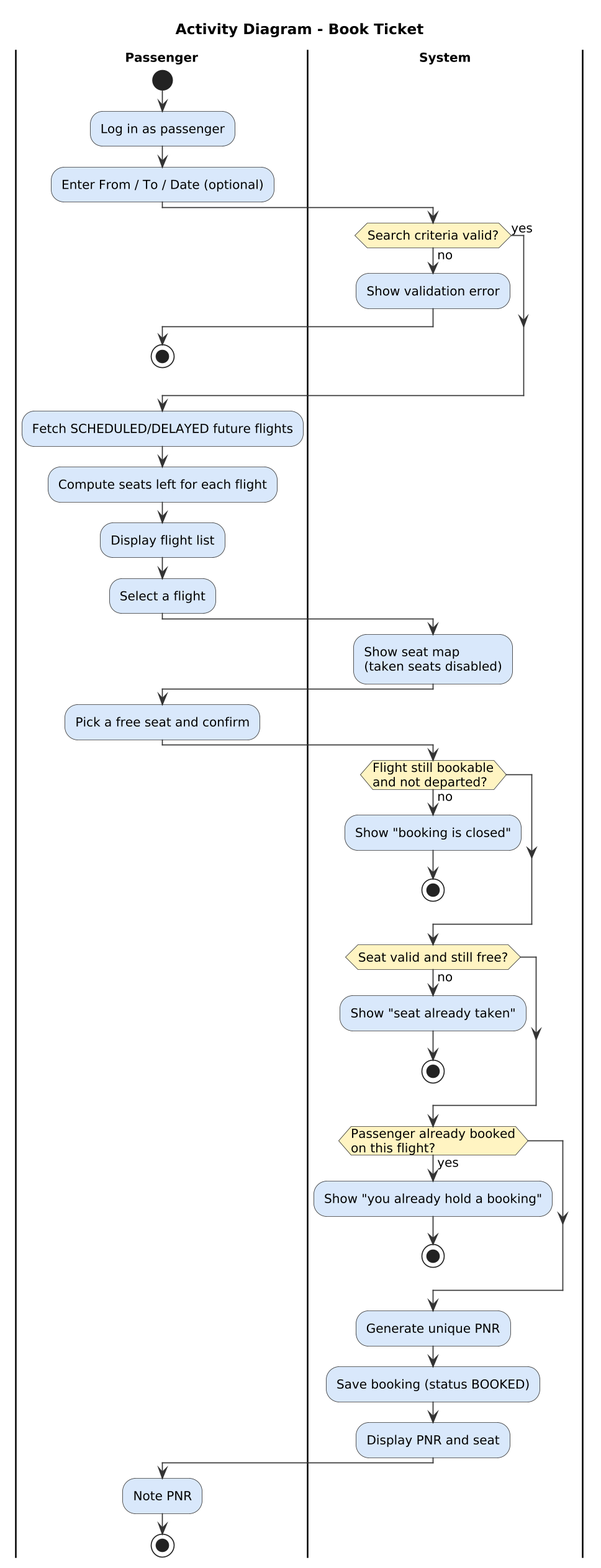
praksingh-2702/AirportMS keeps this PlantUML diagram as docs/uml/activity_booking.png. Above is the earlier version.
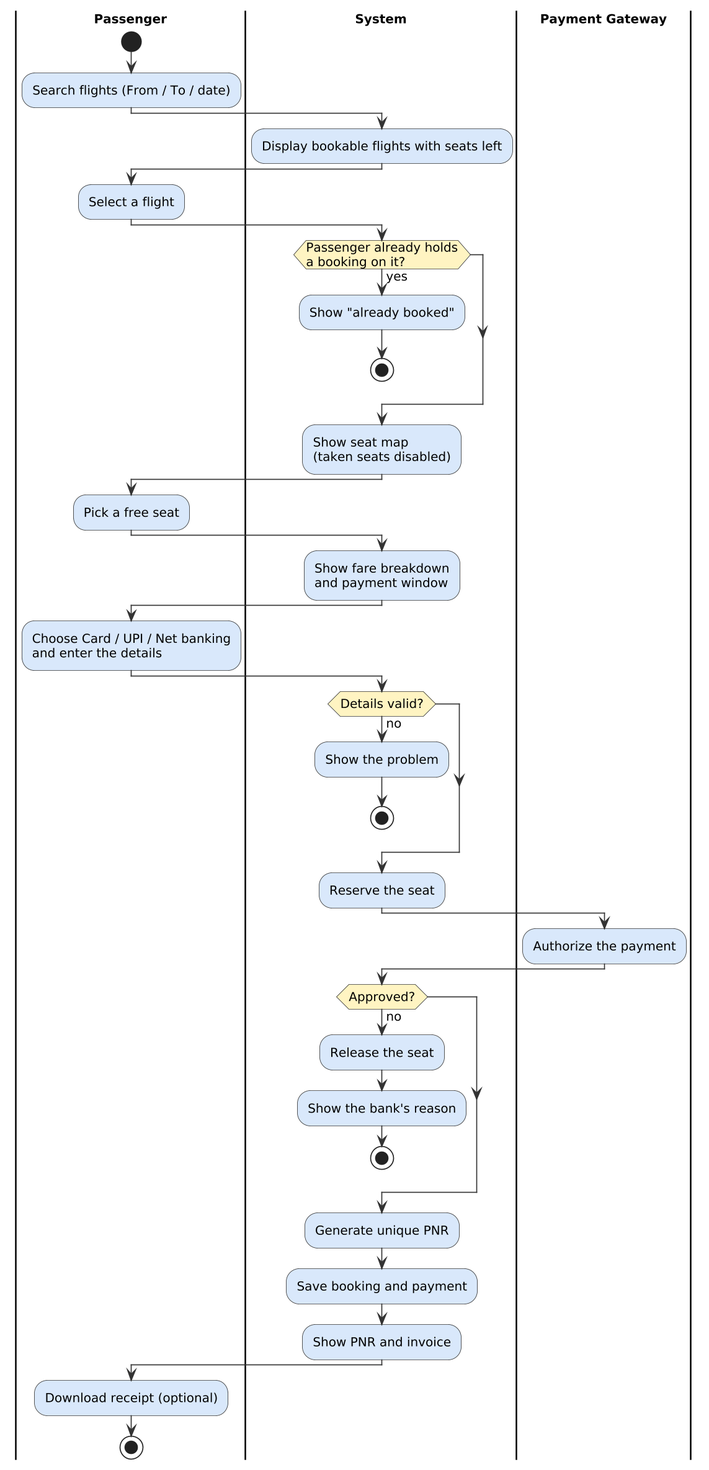
The same file after the commit.

Diff of the diagram source:
```diff
@@ -1,43 +1,42 @@
 @startuml
 !include _style.iuml
-title Activity Diagram - Book Ticket
 |Passenger|
 start
-:Log in as passenger;
-:Enter From / To / Date (optional);
+:Search flights (From / To / date);
 |System|
-if (Search criteria valid?) then (no)
-  :Show validation error;
-  |Passenger|
-  stop
-else (yes)
-endif
-:Fetch SCHEDULED/DELAYED future flights;
-:Compute seats left for each flight;
-:Display flight list;
+:Display bookable flights with seats left;
 |Passenger|
 :Select a flight;
 |System|
+if (Passenger already holds\na booking on it?) then (yes)
+  :Show "already booked";
+  stop
+endif
 :Show seat map\n(taken seats disabled);
 |Passenger|
-:Pick a free seat and confirm;
+:Pick a free seat;
 |System|
-if (Flight still bookable\nand not departed?) then (no)
-  :Show "booking is closed";
+:Show fare breakdown\nand payment window;
+|Passenger|
+:Choose Card / UPI / Net banking\nand enter the details;
+|System|
+if (Details valid?) then (no)
+  :Show the problem;
   stop
 endif
-if (Seat valid and still free?) then (no)
-  :Show "seat already taken";
-  stop
-endif
-if (Passenger already booked\non this flight?) then (yes)
-  :Show "you already hold a booking";
+:Reserve the seat;
+|Payment Gateway|
+:Authorize the payment;
+|System|
+if (Approved?) then (no)
+  :Release the seat;
+  :Show the bank's reason;
   stop
 endif
 :Generate unique PNR;
-:Save booking (status BOOKED);
-:Display PNR and seat;
+:Save booking and payment;
+:Show PNR and invoice;
 |Passenger|
-:Note PNR;
+:Download receipt (optional);
 stop
 @enduml
```
